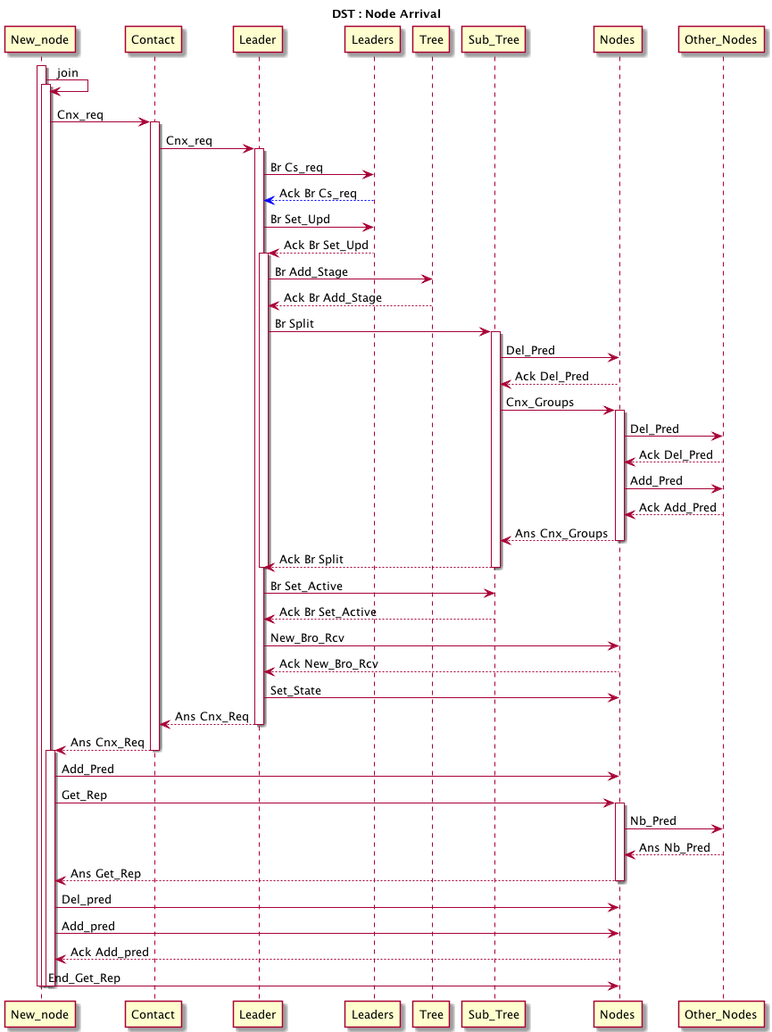
The PlantUML diagram doc/UML/DST_Arrival.png in tof25/DST, before a commit.
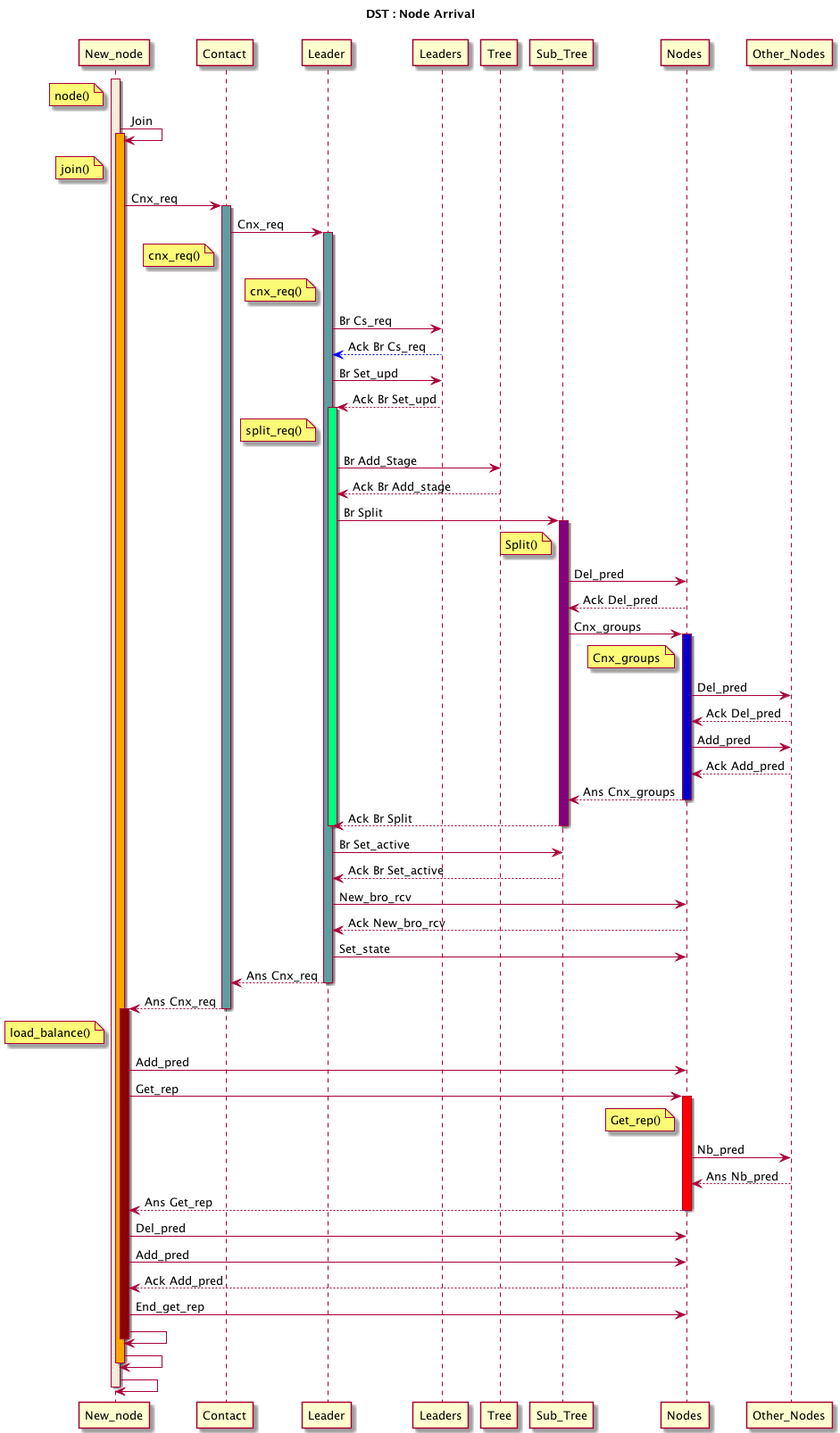
Later version of the same file.

Change to the diagram source:
```diff
@@ -1,73 +1,84 @@
 @startuml
-title DST : Node Arrival
+title DST : Node Arrival\n
 
-activate New_node
-New_node -> New_node: join
-activate New_node
+note left of New_node: node()
+activate New_node #AntiqueWhite
+New_node -> New_node: Join
+activate New_node #Orange
+note left of New_node: join()
 New_node -> Contact: Cnx_req
 
-activate Contact
+activate Contact #CadetBlue
 Contact -> Leader: Cnx_req
+note left of Contact: cnx_req()
 
-activate Leader
+activate Leader #CadetBlue
+note left of Leader: cnx_req()
 Leader -> Leaders: Br Cs_req
 Leaders -[#0000FF]-> Leader: Ack Br Cs_req
 
-Leader -> Leaders: Br Set_Upd
-Leaders --> Leader: Ack Br Set_Upd
+Leader -> Leaders: Br Set_upd
+Leaders --> Leader: Ack Br Set_upd
 
-activate Leader
+activate Leader #SpringGreen
+note left of Leader: split_req()
 Leader -> Tree: Br Add_Stage
-Tree --> Leader: Ack Br Add_Stage
+Tree --> Leader: Ack Br Add_stage
 Leader -> Sub_Tree: Br Split
 
-activate Sub_Tree
-Sub_Tree -> Nodes: Del_Pred
-Nodes --> Sub_Tree: Ack Del_Pred
-Sub_Tree -> Nodes: Cnx_Groups
+activate Sub_Tree #Purple
+note left of Sub_Tree: Split()
+Sub_Tree -> Nodes: Del_pred
+Nodes --> Sub_Tree: Ack Del_pred
+Sub_Tree -> Nodes: Cnx_groups
 
-activate Nodes
-Nodes -> Other_Nodes: Del_Pred
-Other_Nodes --> Nodes: Ack Del_Pred
-Nodes -> Other_Nodes: Add_Pred
-Other_Nodes --> Nodes: Ack Add_Pred
+activate Nodes #MediumBlue
+note left of Nodes: Cnx_groups
+Nodes -> Other_Nodes: Del_pred
+Other_Nodes --> Nodes: Ack Del_pred
+Nodes -> Other_Nodes: Add_pred
+Other_Nodes --> Nodes: Ack Add_pred
 
-Nodes --> Sub_Tree: Ans Cnx_Groups
+Nodes --> Sub_Tree: Ans Cnx_groups
 deactivate Nodes
 Sub_Tree --> Leader: Ack Br Split
 deactivate Sub_Tree
 deactivate Leader
 
-Leader -> Sub_Tree: Br Set_Active
-Sub_Tree --> Leader: Ack Br Set_Active
-Leader -> Nodes: New_Bro_Rcv
-Nodes --> Leader: Ack New_Bro_Rcv
-Leader -> Nodes: Set_State
+Leader -> Sub_Tree: Br Set_active
+Sub_Tree --> Leader: Ack Br Set_active
+Leader -> Nodes: New_bro_rcv
+Nodes --> Leader: Ack New_bro_rcv
+Leader -> Nodes: Set_state
 
-Leader --> Contact: Ans Cnx_Req
+Leader --> Contact: Ans Cnx_req
 deactivate Leader
 
-Contact --> New_node: Ans Cnx_Req
+Contact --> New_node: Ans Cnx_req
 deactivate Contact
 
-activate New_node
-New_node -> Nodes: Add_Pred
-New_node -> Nodes: Get_Rep
+activate New_node #DarkRed
+note left of New_node: load_balance()
+New_node -> Nodes: Add_pred
+New_node -> Nodes: Get_rep
 
-activate Nodes
-Nodes -> Other_Nodes: Nb_Pred
-Other_Nodes --> Nodes: Ans Nb_Pred
-Nodes --> New_node: Ans Get_Rep
+activate Nodes #Red
+note left of Nodes: Get_rep()
+Nodes -> Other_Nodes: Nb_pred
+Other_Nodes --> Nodes: Ans Nb_pred
+Nodes --> New_node: Ans Get_rep
 deactivate Nodes
 
 New_node -> Nodes: Del_pred
 New_node -> Nodes: Add_pred
 Nodes --> New_node: Ack Add_pred
-New_node -> Nodes: End_Get_Rep
+New_node -> Nodes: End_get_rep
+New_node -> New_node:
+
 deactivate New_node
+New_node -> New_node:
 deactivate New_node
+New_node -> New_node:
 deactivate New_node
 
-
-
 @enduml
```
